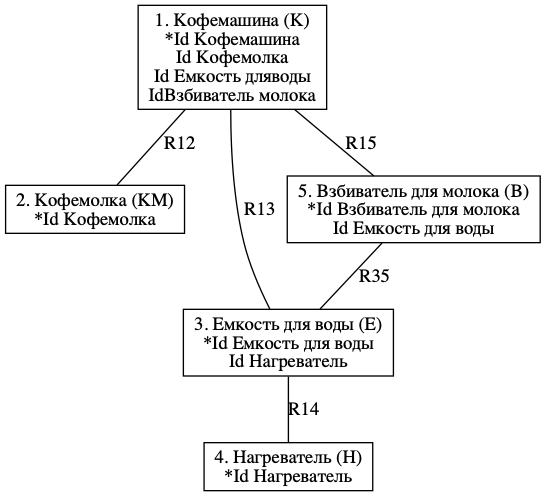
The Graphviz diagram lab_05/Информационная_модель.png in bmstu-ics7/object-oriented-programming, before a commit. Its source is kept beside it as lab_05/Информационная_модель.gv.
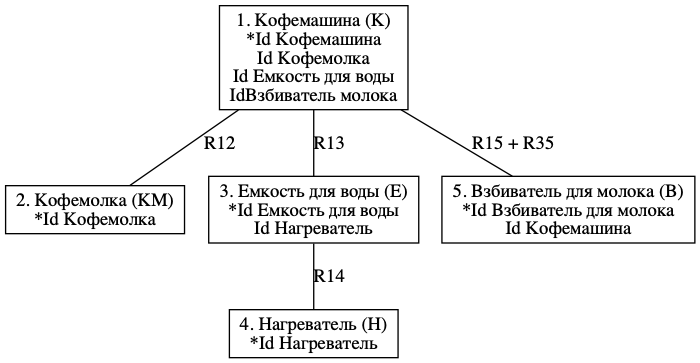
After the change.

What changed in the source:
```diff
@@ -1,13 +1,12 @@
 graph {
-    coffe [shape=box, label="1. Кофемашина (К)\n*Id Кофемашина\nId Кофемолка\nId Емкость дляводы\nIdВзбиватель молока"];
+    coffe [shape=box, label="1. Кофемашина (К)\n*Id Кофемашина\nId Кофемолка\nId Емкость для воды\nIdВзбиватель молока"];
     mol [shape=box, label="2. Кофемолка (КМ)\n*Id Кофемолка"];
     water [shape=box, label="3. Емкость для воды (Е)\n*Id Емкость для воды\nId Нагреватель"];
     hot [shape=box, label="4. Нагреватель (Н)\n*Id Нагреватель"];
-    milk [shape=box, label="5. Взбиватель для молока (В)\n*Id Взбиватель для молока\nId Емкость для воды"];
+    milk [shape=box, label="5. Взбиватель для молока (В)\n*Id Взбиватель для молока\nId Кофемашина"];
 
     coffe -- mol [label="R12"];
     coffe -- water [label="R13"];
-    coffe -- milk [label="R15"];
+    coffe -- milk [label="R15 + R35"];
     water -- hot [label="R14"];
-    milk -- water [label="R35"];
 }
```
